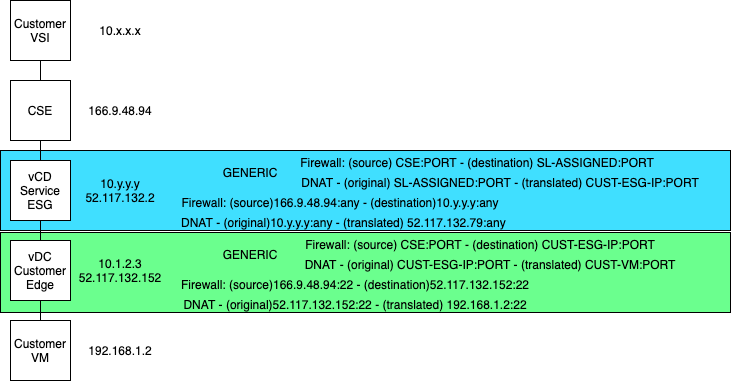
Above: vcd/order-pne/images/4-pne.png in mlwiles/vmwaresolutions (draw.io), before the change. Source tidied: cells renumbered, new cells last; positions are measured from the earlier drawing's top-left corner, leaving out a move shared by most shapes. Its diagram source:
```xml
<mxGraphModel>
  <root>
    <mxCell id="0" />
    <mxCell id="1" parent="0" />
    <mxCell id="2" style="rounded=0;whiteSpace=wrap;html=1;fillColor=#6BFF8E;" parent="1" vertex="1">
      <mxGeometry y="232" width="730" height="80" as="geometry" />
    </mxCell>
    <mxCell id="3" style="rounded=0;whiteSpace=wrap;html=1;fillColor=#40DFFF;" parent="1" vertex="1">
      <mxGeometry y="150" width="730" height="80" as="geometry" />
    </mxCell>
    <mxCell id="4" style="whiteSpace=wrap;html=1;" parent="1" vertex="1">
      <mxGeometry x="10" width="60" height="60" as="geometry" />
    </mxCell>
    <mxCell id="5" style="whiteSpace=wrap;html=1;" parent="1" vertex="1">
      <mxGeometry x="10" y="80" width="60" height="60" as="geometry" />
    </mxCell>
    <mxCell id="6" style="whiteSpace=wrap;html=1;" parent="1" vertex="1">
      <mxGeometry x="10" y="160" width="60" height="60" as="geometry" />
    </mxCell>
    <mxCell id="7" style="whiteSpace=wrap;html=1;" parent="1" vertex="1">
      <mxGeometry x="10" y="240" width="60" height="60" as="geometry" />
    </mxCell>
    <mxCell id="8" style="whiteSpace=wrap;html=1;" parent="1" vertex="1">
      <mxGeometry x="10" y="320" width="60" height="60" as="geometry" />
    </mxCell>
    <mxCell id="9" style="endArrow=none;html=1;entryX=0.5;entryY=1;entryDx=0;entryDy=0;exitX=0.5;exitY=0;exitDx=0;exitDy=0;" parent="1" edge="1" source="5" target="4">
      <mxGeometry relative="1" as="geometry" />
    </mxCell>
    <mxCell id="10" style="endArrow=none;html=1;entryX=0.5;entryY=1;entryDx=0;entryDy=0;exitX=0.5;exitY=0;exitDx=0;exitDy=0;" parent="1" edge="1" source="6" target="5">
      <mxGeometry relative="1" as="geometry" />
    </mxCell>
    <mxCell id="11" style="endArrow=none;html=1;entryX=0.5;entryY=1;entryDx=0;entryDy=0;" parent="1" edge="1" source="7" target="6">
      <mxGeometry relative="1" as="geometry" />
    </mxCell>
    <mxCell id="12" style="endArrow=none;html=1;entryX=0.5;entryY=1;entryDx=0;entryDy=0;" parent="1" edge="1" source="8" target="7">
      <mxGeometry relative="1" as="geometry" />
    </mxCell>
    <mxCell id="13" value="&lt;div&gt;Customer&lt;/div&gt;&lt;div&gt;VSI&lt;br&gt;&lt;/div&gt;" style="text;html=1;strokeColor=none;fillColor=none;align=center;verticalAlign=middle;whiteSpace=wrap;rounded=0;" parent="1" vertex="1">
      <mxGeometry x="20" y="20" width="40" height="20" as="geometry" />
    </mxCell>
    <mxCell id="14" value="CSE" style="text;html=1;strokeColor=none;fillColor=none;align=center;verticalAlign=middle;whiteSpace=wrap;rounded=0;" parent="1" vertex="1">
      <mxGeometry x="20" y="100" width="40" height="20" as="geometry" />
    </mxCell>
    <mxCell id="15" value="&lt;div&gt;vCD&lt;/div&gt;&lt;div&gt;Service&lt;/div&gt;&lt;div&gt;ESG&lt;br&gt;&lt;/div&gt;" style="text;html=1;strokeColor=none;fillColor=none;align=center;verticalAlign=middle;whiteSpace=wrap;rounded=0;" parent="1" vertex="1">
      <mxGeometry x="20" y="180" width="40" height="20" as="geometry" />
    </mxCell>
    <mxCell id="16" value="&lt;div&gt;vDC&lt;/div&gt;&lt;div&gt;Customer&lt;/div&gt;&lt;div&gt;Edge&lt;br&gt;&lt;/div&gt;" style="text;html=1;strokeColor=none;fillColor=none;align=center;verticalAlign=middle;whiteSpace=wrap;rounded=0;" parent="1" vertex="1">
      <mxGeometry x="20" y="260" width="40" height="20" as="geometry" />
    </mxCell>
    <mxCell id="17" value="&lt;div&gt;Customer&lt;/div&gt;&lt;div&gt;VM&lt;br&gt;&lt;/div&gt;" style="text;html=1;strokeColor=none;fillColor=none;align=center;verticalAlign=middle;whiteSpace=wrap;rounded=0;" parent="1" vertex="1">
      <mxGeometry x="20" y="340" width="40" height="20" as="geometry" />
    </mxCell>
    <mxCell id="18" value="10.x.x.x" style="text;html=1;strokeColor=none;fillColor=none;align=center;verticalAlign=middle;whiteSpace=wrap;rounded=0;" parent="1" vertex="1">
      <mxGeometry x="80" y="20" width="80" height="20" as="geometry" />
    </mxCell>
    <mxCell id="19" value="166.9.48.94" style="text;html=1;strokeColor=none;fillColor=none;align=center;verticalAlign=middle;whiteSpace=wrap;rounded=0;" parent="1" vertex="1">
      <mxGeometry x="80" y="100" width="80" height="20" as="geometry" />
    </mxCell>
    <mxCell id="20" value="&lt;div&gt;10.y.y.y&lt;/div&gt;&lt;div&gt;52.117.132.2&lt;br&gt;&lt;/div&gt;" style="text;html=1;strokeColor=none;fillColor=none;align=center;verticalAlign=middle;whiteSpace=wrap;rounded=0;" parent="1" vertex="1">
      <mxGeometry x="80" y="180" width="80" height="20" as="geometry" />
    </mxCell>
    <mxCell id="21" value="&lt;div&gt;10.1.2.3&lt;/div&gt;&lt;div&gt;52.117.132.152&lt;br&gt;&lt;/div&gt;" style="text;html=1;strokeColor=none;fillColor=none;align=center;verticalAlign=middle;whiteSpace=wrap;rounded=0;" parent="1" vertex="1">
      <mxGeometry x="80" y="260" width="80" height="20" as="geometry" />
    </mxCell>
    <mxCell id="22" value="192.168.1.2" style="text;html=1;strokeColor=none;fillColor=none;align=center;verticalAlign=middle;whiteSpace=wrap;rounded=0;" parent="1" vertex="1">
      <mxGeometry x="80" y="340" width="80" height="20" as="geometry" />
    </mxCell>
    <mxCell id="23" value="DNAT - (original)10.y.y.y:any - (translated) 52.117.132.79:any&amp;nbsp;" style="text;html=1;strokeColor=none;fillColor=none;align=center;verticalAlign=middle;whiteSpace=wrap;rounded=0;" parent="1" vertex="1">
      <mxGeometry x="170" y="212" width="350" height="20" as="geometry" />
    </mxCell>
    <mxCell id="24" value="DNAT - (original)52.117.132.152:22 - (translated) 192.168.1.2:22 " style="text;html=1;strokeColor=none;fillColor=none;align=center;verticalAlign=middle;whiteSpace=wrap;rounded=0;" parent="1" vertex="1">
      <mxGeometry x="180" y="294" width="350" height="20" as="geometry" />
    </mxCell>
    <mxCell id="25" value="Firewall: (source)166.9.48.94:any - (destination)10.y.y.y:any" style="text;html=1;strokeColor=none;fillColor=none;align=center;verticalAlign=middle;whiteSpace=wrap;rounded=0;" parent="1" vertex="1">
      <mxGeometry x="175" y="192" width="330" height="20" as="geometry" />
    </mxCell>
    <mxCell id="26" value="Firewall: (source)166.9.48.94:22 - (destination)52.117.132.152:22 " style="text;html=1;strokeColor=none;fillColor=none;align=center;verticalAlign=middle;whiteSpace=wrap;rounded=0;" parent="1" vertex="1">
      <mxGeometry x="175" y="274" width="360" height="20" as="geometry" />
    </mxCell>
    <mxCell id="27" value="Firewall: (source) CSE:PORT - (destination) SL-ASSIGNED:PORT " style="text;html=1;strokeColor=none;fillColor=none;align=center;verticalAlign=middle;whiteSpace=wrap;rounded=0;fontStyle=0;" parent="1" vertex="1">
      <mxGeometry x="297" y="152" width="360" height="20" as="geometry" />
    </mxCell>
    <mxCell id="28" value="DNAT - (original) SL-ASSIGNED:PORT - (translated) CUST-ESG-IP:PORT " style="text;html=1;strokeColor=none;fillColor=none;align=center;verticalAlign=middle;whiteSpace=wrap;rounded=0;fontStyle=0;" parent="1" vertex="1">
      <mxGeometry x="300" y="172" width="400" height="20" as="geometry" />
    </mxCell>
    <mxCell id="29" value="Firewall: (source) CSE:PORT - (destination) CUST-ESG-IP:PORT " style="text;html=1;strokeColor=none;fillColor=none;align=center;verticalAlign=middle;whiteSpace=wrap;rounded=0;" parent="1" vertex="1">
      <mxGeometry x="300" y="234" width="360" height="20" as="geometry" />
    </mxCell>
    <mxCell id="30" value="DNAT - (original) CUST-ESG-IP:PORT - (translated) CUST-VM:PORT " style="text;html=1;strokeColor=none;fillColor=none;align=center;verticalAlign=middle;whiteSpace=wrap;rounded=0;" parent="1" vertex="1">
      <mxGeometry x="300" y="254" width="380" height="20" as="geometry" />
    </mxCell>
    <mxCell id="31" value="GENERIC" style="text;html=1;strokeColor=none;fillColor=none;align=center;verticalAlign=middle;whiteSpace=wrap;rounded=0;fontStyle=0;" parent="1" vertex="1">
      <mxGeometry x="210" y="162" width="80" height="20" as="geometry" />
    </mxCell>
    <mxCell id="32" value="GENERIC" style="text;html=1;strokeColor=none;fillColor=none;align=center;verticalAlign=middle;whiteSpace=wrap;rounded=0;" parent="1" vertex="1">
      <mxGeometry x="210" y="244" width="80" height="20" as="geometry" />
    </mxCell>
  </root>
</mxGraphModel>
```
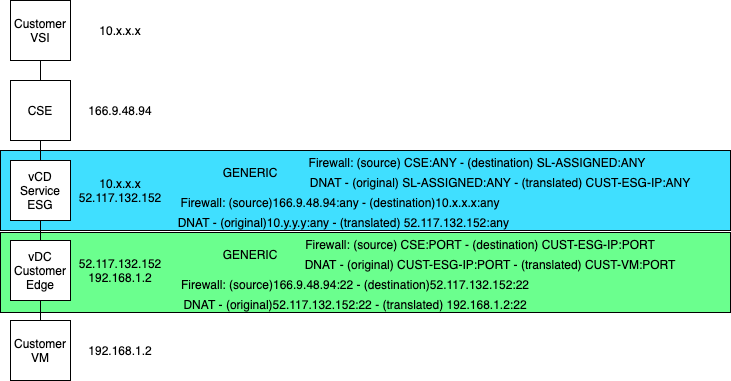
The same file after the commit.

Change to the diagram source:
```diff
@@ -56,31 +56,31 @@
     <mxCell id="19" value="166.9.48.94" style="text;html=1;strokeColor=none;fillColor=none;align=center;verticalAlign=middle;whiteSpace=wrap;rounded=0;" parent="1" vertex="1">
       <mxGeometry x="80" y="100" width="80" height="20" as="geometry" />
     </mxCell>
-    <mxCell id="20" value="&lt;div&gt;10.y.y.y&lt;/div&gt;&lt;div&gt;52.117.132.2&lt;br&gt;&lt;/div&gt;" style="text;html=1;strokeColor=none;fillColor=none;align=center;verticalAlign=middle;whiteSpace=wrap;rounded=0;" parent="1" vertex="1">
+    <mxCell id="20" value="&lt;div&gt;10.x.x.x&lt;/div&gt;&lt;div&gt;52.117.132.152&lt;br&gt;&lt;/div&gt;" style="text;html=1;strokeColor=none;fillColor=none;align=center;verticalAlign=middle;whiteSpace=wrap;rounded=0;" parent="1" vertex="1">
       <mxGeometry x="80" y="180" width="80" height="20" as="geometry" />
     </mxCell>
-    <mxCell id="21" value="&lt;div&gt;10.1.2.3&lt;/div&gt;&lt;div&gt;52.117.132.152&lt;br&gt;&lt;/div&gt;" style="text;html=1;strokeColor=none;fillColor=none;align=center;verticalAlign=middle;whiteSpace=wrap;rounded=0;" parent="1" vertex="1">
+    <mxCell id="21" value="&lt;div&gt;&lt;span&gt;52.117.132.152&lt;/span&gt;&lt;br&gt;&lt;/div&gt;&lt;div&gt;&lt;span&gt;192.168.1.2&lt;/span&gt;&lt;/div&gt;" style="text;html=1;strokeColor=none;fillColor=none;align=center;verticalAlign=middle;whiteSpace=wrap;rounded=0;" parent="1" vertex="1">
       <mxGeometry x="80" y="260" width="80" height="20" as="geometry" />
     </mxCell>
     <mxCell id="22" value="192.168.1.2" style="text;html=1;strokeColor=none;fillColor=none;align=center;verticalAlign=middle;whiteSpace=wrap;rounded=0;" parent="1" vertex="1">
       <mxGeometry x="80" y="340" width="80" height="20" as="geometry" />
     </mxCell>
-    <mxCell id="23" value="DNAT - (original)10.y.y.y:any - (translated) 52.117.132.79:any&amp;nbsp;" style="text;html=1;strokeColor=none;fillColor=none;align=center;verticalAlign=middle;whiteSpace=wrap;rounded=0;" parent="1" vertex="1">
+    <mxCell id="23" value="DNAT - (original)10.y.y.y:any - (translated) 52.117.132.152:any&amp;nbsp;" style="text;html=1;strokeColor=none;fillColor=none;align=center;verticalAlign=middle;whiteSpace=wrap;rounded=0;" parent="1" vertex="1">
       <mxGeometry x="170" y="212" width="350" height="20" as="geometry" />
     </mxCell>
     <mxCell id="24" value="DNAT - (original)52.117.132.152:22 - (translated) 192.168.1.2:22 " style="text;html=1;strokeColor=none;fillColor=none;align=center;verticalAlign=middle;whiteSpace=wrap;rounded=0;" parent="1" vertex="1">
       <mxGeometry x="180" y="294" width="350" height="20" as="geometry" />
     </mxCell>
-    <mxCell id="25" value="Firewall: (source)166.9.48.94:any - (destination)10.y.y.y:any" style="text;html=1;strokeColor=none;fillColor=none;align=center;verticalAlign=middle;whiteSpace=wrap;rounded=0;" parent="1" vertex="1">
+    <mxCell id="25" value="Firewall: (source)166.9.48.94:any - (destination)10.x.x.x:any" style="text;html=1;strokeColor=none;fillColor=none;align=center;verticalAlign=middle;whiteSpace=wrap;rounded=0;" parent="1" vertex="1">
       <mxGeometry x="175" y="192" width="330" height="20" as="geometry" />
     </mxCell>
     <mxCell id="26" value="Firewall: (source)166.9.48.94:22 - (destination)52.117.132.152:22 " style="text;html=1;strokeColor=none;fillColor=none;align=center;verticalAlign=middle;whiteSpace=wrap;rounded=0;" parent="1" vertex="1">
       <mxGeometry x="175" y="274" width="360" height="20" as="geometry" />
     </mxCell>
-    <mxCell id="27" value="Firewall: (source) CSE:PORT - (destination) SL-ASSIGNED:PORT " style="text;html=1;strokeColor=none;fillColor=none;align=center;verticalAlign=middle;whiteSpace=wrap;rounded=0;fontStyle=0;" parent="1" vertex="1">
+    <mxCell id="27" value="Firewall: (source) CSE:ANY - (destination) SL-ASSIGNED:ANY" style="text;html=1;strokeColor=none;fillColor=none;align=center;verticalAlign=middle;whiteSpace=wrap;rounded=0;fontStyle=0;" parent="1" vertex="1">
       <mxGeometry x="297" y="152" width="360" height="20" as="geometry" />
     </mxCell>
-    <mxCell id="28" value="DNAT - (original) SL-ASSIGNED:PORT - (translated) CUST-ESG-IP:PORT " style="text;html=1;strokeColor=none;fillColor=none;align=center;verticalAlign=middle;whiteSpace=wrap;rounded=0;fontStyle=0;" parent="1" vertex="1">
+    <mxCell id="28" value="DNAT - (original) SL-ASSIGNED:ANY - (translated) CUST-ESG-IP:ANY" style="text;html=1;strokeColor=none;fillColor=none;align=center;verticalAlign=middle;whiteSpace=wrap;rounded=0;fontStyle=0;" parent="1" vertex="1">
       <mxGeometry x="300" y="172" width="400" height="20" as="geometry" />
     </mxCell>
     <mxCell id="29" value="Firewall: (source) CSE:PORT - (destination) CUST-ESG-IP:PORT " style="text;html=1;strokeColor=none;fillColor=none;align=center;verticalAlign=middle;whiteSpace=wrap;rounded=0;" parent="1" vertex="1">
```
